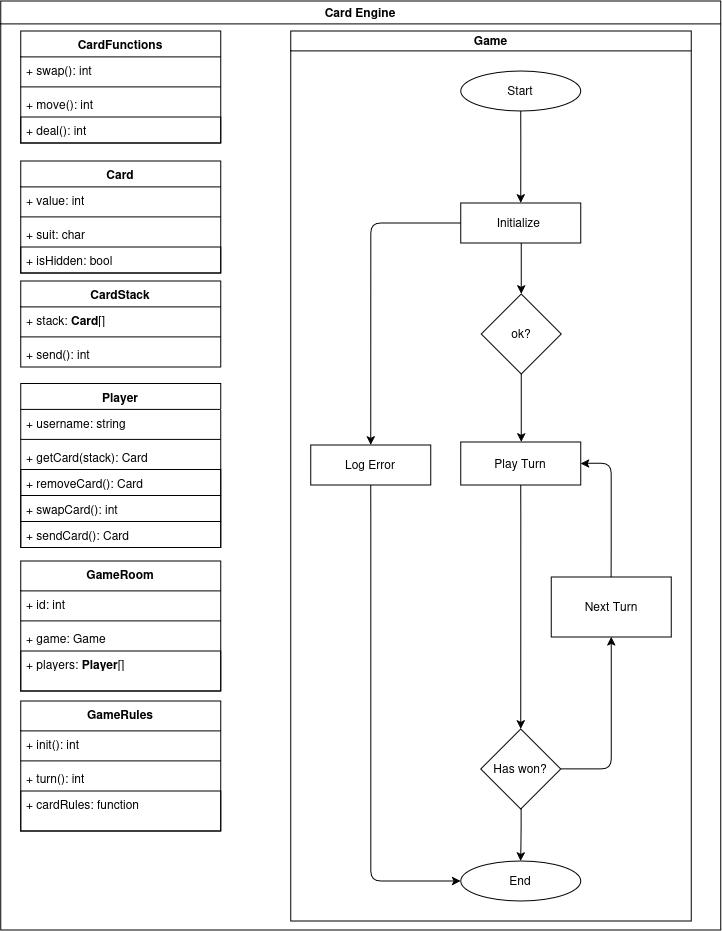
Above: docs/specification/card-engine/CardEngineDiagram.png in Shornana/card-game-online (draw.io), before the change. Source tidied: cells renumbered, new cells last; positions are measured from the earlier drawing's top-left corner, leaving out a move shared by most shapes.
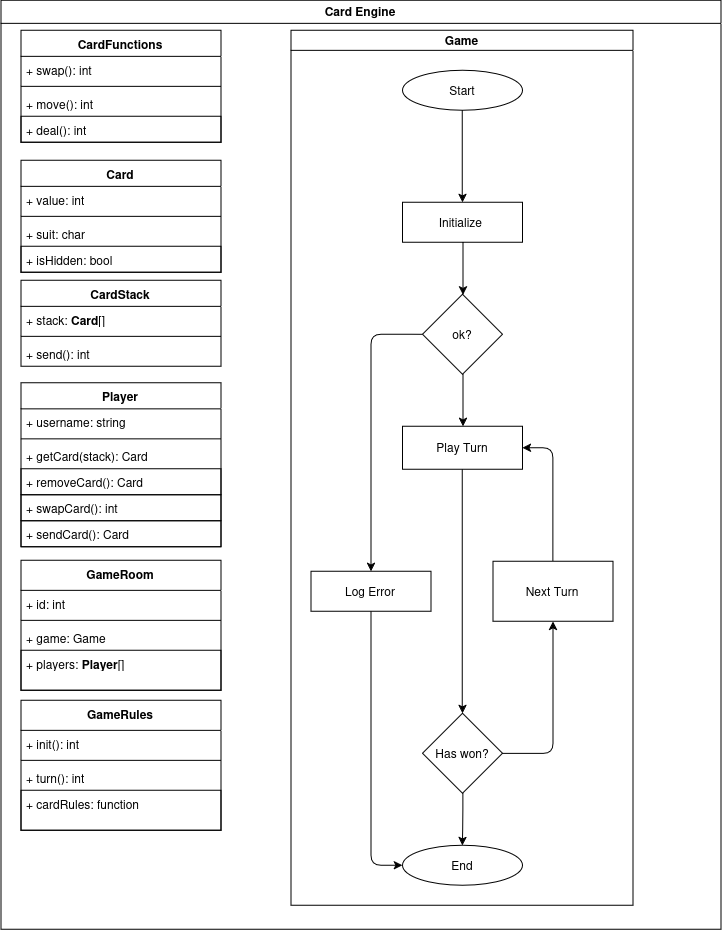
The same diagram one commit later.

Commit message:
Fixed arrow to point to correct process.

The edit, as a diff of the source:
```diff
@@ -59,99 +59,99 @@
     <mxCell id="20" style="edgeStyle=orthogonalEdgeStyle;rounded=1;jettySize=auto;html=1;exitX=0.5;exitY=1;exitDx=0;exitDy=0;entryX=0.5;entryY=0;entryDx=0;entryDy=0;curved=0;" parent="19" edge="1" source="21" target="23">
       <mxGeometry relative="1" as="geometry">
         <Array as="points">
-          <mxPoint x="585" y="201" />
-          <mxPoint x="585" y="251" />
+          <mxPoint x="526.5" y="201" />
+          <mxPoint x="526.5" y="251" />
         </Array>
       </mxGeometry>
     </mxCell>
     <mxCell id="21" value="&lt;div&gt;&lt;br&gt;&lt;/div&gt;&lt;div&gt;Start&lt;/div&gt;" style="ellipse;whiteSpace=wrap;html=1;shapeInside=1;" parent="19" vertex="1">
-      <mxGeometry x="525" y="140" width="120" height="40" as="geometry" />
+      <mxGeometry x="466.5" y="140" width="120" height="40" as="geometry" />
     </mxCell>
-    <mxCell id="22" style="edgeStyle=orthogonalEdgeStyle;rounded=1;jettySize=auto;html=1;exitX=0;exitY=0.5;exitDx=0;exitDy=0;entryX=0.5;entryY=0;entryDx=0;entryDy=0;curved=0;" parent="19" edge="1" source="23" target="34">
-      <mxGeometry relative="1" as="geometry">
-        <Array as="points">
-          <mxPoint x="504" y="292" />
-          <mxPoint x="435" y="292" />
-          <mxPoint x="435" y="493" />
-        </Array>
-      </mxGeometry>
-    </mxCell>
     <mxCell id="23" value="Initialize&amp;nbsp;" style="rounded=0;whiteSpace=wrap;html=1;" parent="19" vertex="1">
-      <mxGeometry x="525" y="272" width="120" height="40" as="geometry" />
+      <mxGeometry x="466.5" y="272" width="120" height="40" as="geometry" />
     </mxCell>
+    <mxCell id="52" style="edgeStyle=orthogonalEdgeStyle;rounded=1;jettySize=auto;html=1;exitX=0;exitY=0.5;exitDx=0;exitDy=0;entryX=0.5;entryY=0;entryDx=0;entryDy=0;curved=0;" parent="19" edge="1" source="24" target="34">
+      <mxGeometry relative="1" as="geometry">
+        <Array as="points">
+          <mxPoint x="465.5" y="404" />
+          <mxPoint x="435" y="404" />
+          <mxPoint x="435" y="620" />
+        </Array>
+      </mxGeometry>
+    </mxCell>
     <mxCell id="24" value="&lt;div&gt;&lt;br&gt;&lt;/div&gt;&lt;div&gt;&lt;br&gt;&lt;/div&gt;&lt;div&gt;ok?&lt;/div&gt;" style="rhombus;whiteSpace=wrap;html=1;shapeInside=1;" parent="19" vertex="1">
-      <mxGeometry x="545.5" y="363" width="80" height="80" as="geometry" />
+      <mxGeometry x="486.5" y="364" width="80" height="80" as="geometry" />
     </mxCell>
-    <mxCell id="25" style="edgeStyle=orthogonalEdgeStyle;rounded=1;jettySize=auto;html=1;curved=0;exitX=0.5042;exitY=1;entryX=0.5;entryY=0;" parent="19" edge="1" source="23" target="24">
+    <mxCell id="25" style="edgeStyle=orthogonalEdgeStyle;rounded=1;jettySize=auto;html=1;curved=0;exitX=0.5042;exitY=1;entryX=0.5063;entryY=0;" parent="19" edge="1" source="23" target="24">
       <mxGeometry relative="1" as="geometry">
         <Array as="points">
-          <mxPoint x="585.5" y="338" />
+          <mxPoint x="527" y="338" />
         </Array>
       </mxGeometry>
     </mxCell>
     <mxCell id="26" style="edgeStyle=orthogonalEdgeStyle;rounded=1;jettySize=auto;html=1;exitX=0.5;exitY=1;exitDx=0;exitDy=0;entryX=0.5;entryY=0;entryDx=0;entryDy=0;curved=0;" parent="19" edge="1" source="27" target="30">
       <mxGeometry relative="1" as="geometry">
         <Array as="points">
-          <mxPoint x="585" y="575" />
-          <mxPoint x="585" y="777" />
+          <mxPoint x="526.5" y="560" />
+          <mxPoint x="526.5" y="762" />
         </Array>
       </mxGeometry>
     </mxCell>
     <mxCell id="27" value="Play Turn" style="rounded=0;whiteSpace=wrap;html=1;" parent="19" vertex="1">
-      <mxGeometry x="525" y="511" width="120" height="43" as="geometry" />
+      <mxGeometry x="466.5" y="496" width="120" height="43" as="geometry" />
     </mxCell>
-    <mxCell id="28" style="edgeStyle=orthogonalEdgeStyle;rounded=1;jettySize=auto;html=1;curved=0;exitX=0.5;exitY=1;entryX=0.5042;entryY=0;" parent="19" edge="1" source="24" target="27">
+    <mxCell id="28" style="edgeStyle=orthogonalEdgeStyle;rounded=1;jettySize=auto;html=1;curved=0;exitX=0.5063;exitY=1;entryX=0.5042;entryY=0;" parent="19" edge="1" source="24" target="27">
       <mxGeometry relative="1" as="geometry">
         <Array as="points">
-          <mxPoint x="585.5" y="476.5" />
+          <mxPoint x="527" y="470" />
         </Array>
       </mxGeometry>
     </mxCell>
     <mxCell id="29" style="edgeStyle=orthogonalEdgeStyle;rounded=1;jettySize=auto;html=1;exitX=1;exitY=0.5;exitDx=0;exitDy=0;curved=0;entryX=0.5;entryY=1;entryDx=0;entryDy=0;" parent="19" edge="1" source="30" target="36">
       <mxGeometry relative="1" as="geometry">
         <Array as="points">
-          <mxPoint x="646" y="838" />
-          <mxPoint x="675.5" y="838" />
-          <mxPoint x="675.5" y="727" />
+          <mxPoint x="587.5" y="823" />
+          <mxPoint x="617" y="823" />
+          <mxPoint x="617" y="712" />
         </Array>
       </mxGeometry>
     </mxCell>
     <mxCell id="30" value="&lt;div&gt;&lt;br&gt;&lt;/div&gt;&lt;div&gt;&lt;br&gt;&lt;/div&gt;&lt;div&gt;Has won?&lt;/div&gt;" style="rhombus;whiteSpace=wrap;html=1;shapeInside=1;" parent="19" vertex="1">
-      <mxGeometry x="545" y="798" width="80" height="80" as="geometry" />
+      <mxGeometry x="486.5" y="783" width="80" height="80" as="geometry" />
     </mxCell>
     <mxCell id="31" value="&lt;div&gt;&lt;br&gt;&lt;/div&gt;&lt;div&gt;End&lt;/div&gt;&lt;br&gt;&lt;div&gt;&lt;br/&gt;&lt;/div&gt;" style="ellipse;whiteSpace=wrap;html=1;shapeInside=1;" parent="19" vertex="1">
-      <mxGeometry x="525" y="930" width="120" height="40" as="geometry" />
+      <mxGeometry x="466.5" y="915" width="120" height="40" as="geometry" />
     </mxCell>
     <mxCell id="32" style="edgeStyle=orthogonalEdgeStyle;rounded=1;jettySize=auto;html=1;curved=0;exitX=0.5063;exitY=1;entryX=0.5042;entryY=0;" parent="19" edge="1" source="30" target="31">
       <mxGeometry relative="1" as="geometry">
         <Array as="points">
-          <mxPoint x="585.5" y="904" />
+          <mxPoint x="527" y="889" />
         </Array>
       </mxGeometry>
     </mxCell>
     <mxCell id="33" style="edgeStyle=orthogonalEdgeStyle;rounded=1;jettySize=auto;html=1;exitX=0.5;exitY=1;exitDx=0;exitDy=0;entryX=0;entryY=0.5;entryDx=0;entryDy=0;curved=0;" parent="19" edge="1" source="34" target="31">
       <mxGeometry relative="1" as="geometry">
         <Array as="points">
-          <mxPoint x="435" y="575" />
-          <mxPoint x="435" y="950" />
-          <mxPoint x="504" y="950" />
+          <mxPoint x="435" y="702" />
+          <mxPoint x="435" y="935" />
+          <mxPoint x="445.5" y="935" />
         </Array>
       </mxGeometry>
     </mxCell>
     <mxCell id="34" value="Log Error" style="rounded=0;whiteSpace=wrap;html=1;" parent="19" vertex="1">
-      <mxGeometry x="375" y="514" width="120" height="40" as="geometry" />
+      <mxGeometry x="375" y="641" width="120" height="40" as="geometry" />
     </mxCell>
     <mxCell id="35" style="edgeStyle=orthogonalEdgeStyle;rounded=1;jettySize=auto;html=1;exitX=0.5;exitY=0;exitDx=0;exitDy=0;entryX=1;entryY=0.5;entryDx=0;entryDy=0;curved=0;" parent="19" edge="1" source="36" target="27">
       <mxGeometry relative="1" as="geometry">
         <Array as="points">
-          <mxPoint x="675.5" y="625" />
-          <mxPoint x="675.5" y="532.5" />
-          <mxPoint x="666" y="532.5" />
+          <mxPoint x="617" y="610" />
+          <mxPoint x="617" y="517.5" />
+          <mxPoint x="607.5" y="517.5" />
         </Array>
       </mxGeometry>
     </mxCell>
     <mxCell id="36" value="Next Turn" style="rounded=0;whiteSpace=wrap;html=1;" parent="19" vertex="1">
-      <mxGeometry x="615.5" y="646" width="120" height="60" as="geometry" />
+      <mxGeometry x="557" y="631" width="120" height="60" as="geometry" />
     </mxCell>
     <mxCell id="37" value="GameRoom" style="swimlane;fontStyle=1;align=center;verticalAlign=top;horizontal=1;startSize=30;whiteSpace=wrap;html=1;" parent="2" vertex="1">
       <mxGeometry x="20" y="560" width="200" height="130" as="geometry" />
```
